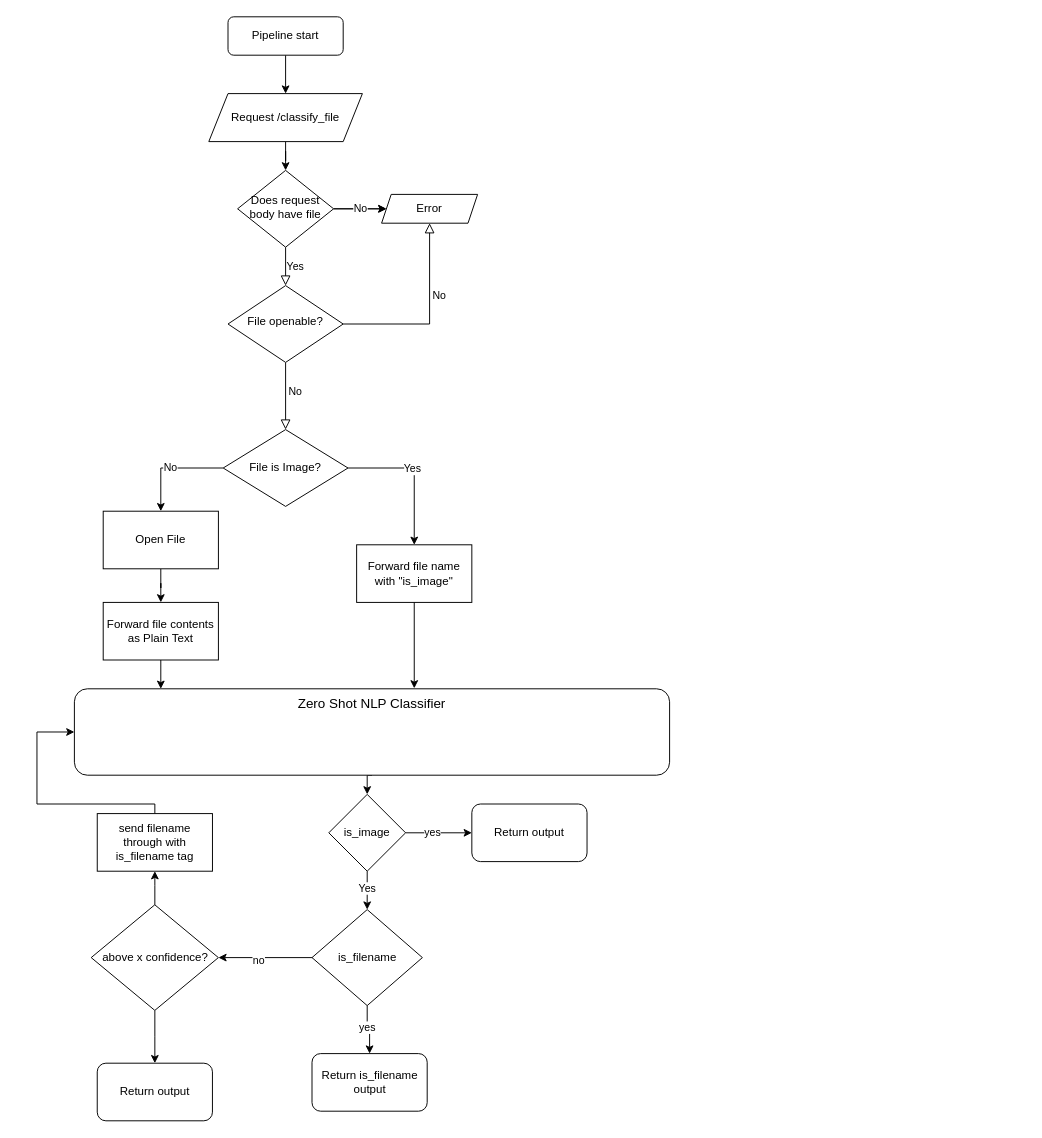
luke-doughty/join-the-siege keeps this draw.io diagram as ClassifierFlowchart.drawio. Above is the earlier version. Source tidied: cells renumbered, new cells numbered last; positions are measured from the earlier drawing's top-left corner, leaving out a move shared by most shapes. Both pictures are drawn from the tidied source at 96%, with x=0, y=0 at pixel (36, 16).
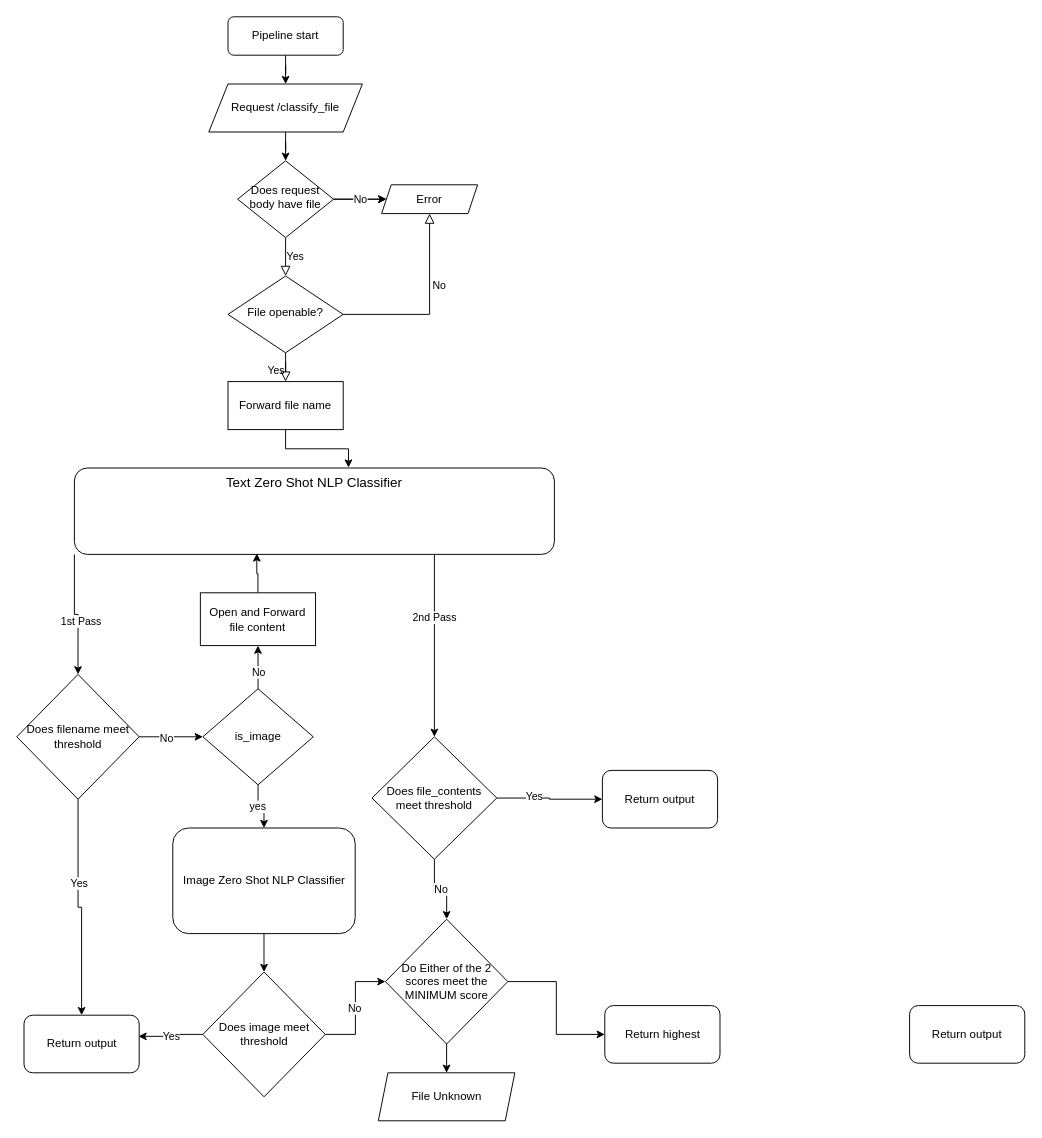
Above is the later version.

Unchanged cells that the change refers to:
```xml
<mxCell id="26" style="edgeStyle=orthogonalEdgeStyle;rounded=0;jettySize=auto;html=1;" parent="1" edge="1" source="30" target="31">
  <mxGeometry relative="1" as="geometry" />
</mxCell>
<mxCell id="28" style="edgeStyle=orthogonalEdgeStyle;rounded=0;jettySize=auto;html=1;" parent="1" edge="1" source="30" target="36">
  <mxGeometry relative="1" as="geometry" />
</mxCell>
```

The edit, as a diff of the source:
```diff
@@
     <mxCell id="5" value="Does request body have file" style="rhombus;whiteSpace=wrap;html=1;shadow=0;fontFamily=Helvetica;fontSize=12;align=center;strokeWidth=1;spacing=6;spacingTop=-4;" parent="1" vertex="1">
-      <mxGeometry x="209" y="160" width="100" height="80" as="geometry" />
+      <mxGeometry x="209" y="150" width="100" height="80" as="geometry" />
     </mxCell>
     <mxCell id="6" value="No" style="rounded=0;html=1;jettySize=auto;fontSize=11;endArrow=block;endFill=0;endSize=8;strokeWidth=1;shadow=0;labelBackgroundColor=none;edgeStyle=orthogonalEdgeStyle;entryX=0.5;entryY=1;entryDx=0;entryDy=0;" parent="1" edge="1" source="8" target="13">
       <mxGeometry x="0.23" y="-10" relative="1" as="geometry">
         <Array as="points">
-          <mxPoint x="409" y="320" />
+          <mxPoint x="409" y="310" />
         </Array>
       </mxGeometry>
     </mxCell>
-    <mxCell id="7" value="No" style="edgeStyle=orthogonalEdgeStyle;rounded=0;html=1;jettySize=auto;fontSize=11;endArrow=block;endFill=0;endSize=8;strokeWidth=1;shadow=0;labelBackgroundColor=none;" parent="1" edge="1" source="8">
-      <mxGeometry x="-0.15" y="10" relative="1" as="geometry">
-        <mxPoint x="259" y="430" as="targetPoint" />
-      </mxGeometry>
+    <mxCell id="7" value="Yes" style="edgeStyle=orthogonalEdgeStyle;rounded=0;html=1;jettySize=auto;fontSize=11;endArrow=block;endFill=0;endSize=8;strokeWidth=1;shadow=0;labelBackgroundColor=none;entryX=0.5;entryY=0;entryDx=0;entryDy=0;" parent="1" edge="1" source="8" target="20">
+      <mxGeometry x="-0.15" y="10" relative="1" as="geometry" />
     </mxCell>
     <mxCell id="8" value="File openable?" style="rhombus;whiteSpace=wrap;html=1;shadow=0;fontFamily=Helvetica;fontSize=12;align=center;strokeWidth=1;spacing=6;spacingTop=-4;" parent="1" vertex="1">
-      <mxGeometry x="199" y="280" width="120" height="80" as="geometry" />
+      <mxGeometry x="199" y="270" width="120" height="80" as="geometry" />
     </mxCell>
@@
     <mxCell id="12" value="Request /classify_file" style="shape=parallelogram;perimeter=parallelogramPerimeter;whiteSpace=wrap;html=1;fixedSize=1;" parent="1" vertex="1">
-      <mxGeometry x="179" y="80" width="160" height="50" as="geometry" />
+      <mxGeometry x="179" y="70" width="160" height="50" as="geometry" />
     </mxCell>
     <mxCell id="13" value="Error" style="shape=parallelogram;perimeter=parallelogramPerimeter;whiteSpace=wrap;html=1;fixedSize=1;size=10;" parent="1" vertex="1">
-      <mxGeometry x="359" y="185" width="100" height="30" as="geometry" />
+      <mxGeometry x="359" y="175" width="100" height="30" as="geometry" />
     </mxCell>
-    <mxCell id="14" style="edgeStyle=orthogonalEdgeStyle;rounded=0;jettySize=auto;html=1;" parent="1" edge="1" source="17" target="20">
-      <mxGeometry relative="1" as="geometry" />
-    </mxCell>
-    <mxCell id="15" value="Yes" style="edgeLabel;html=1;align=center;verticalAlign=middle;" parent="14" vertex="1">
-      <mxGeometry x="-0.11" relative="1" as="geometry" />
-    </mxCell>
-    <mxCell id="16" value="No" style="edgeStyle=orthogonalEdgeStyle;rounded=0;jettySize=auto;html=1;" parent="1" edge="1" source="17" target="22">
-      <mxGeometry relative="1" as="geometry" />
-    </mxCell>
-    <mxCell id="17" value="File is Image?" style="rhombus;whiteSpace=wrap;html=1;" parent="1" vertex="1">
-      <mxGeometry x="194" y="430" width="130" height="80" as="geometry" />
-    </mxCell>
-    <mxCell id="18" style="edgeStyle=orthogonalEdgeStyle;rounded=0;jettySize=auto;html=1;exitX=0.5;exitY=1;exitDx=0;exitDy=0;entryX=0.5;entryY=0;entryDx=0;entryDy=0;" parent="1" edge="1" source="19" target="30">
+    <mxCell id="18" style="edgeStyle=orthogonalEdgeStyle;rounded=0;jettySize=auto;html=1;exitX=0;exitY=1;exitDx=0;exitDy=0;entryX=0.5;entryY=0;entryDx=0;entryDy=0;" parent="1" edge="1" source="19" target="30">
       <mxGeometry relative="1" as="geometry" />
     </mxCell>
+    <mxCell id="44" value="1st Pass" style="edgeLabel;html=1;align=center;verticalAlign=middle;" parent="18" vertex="1">
+      <mxGeometry x="0.13" y="3" relative="1" as="geometry" />
+    </mxCell>
+    <mxCell id="45" style="edgeStyle=orthogonalEdgeStyle;rounded=0;jettySize=auto;html=1;exitX=0.75;exitY=1;exitDx=0;exitDy=0;" parent="1" edge="1" source="19" target="58">
+      <mxGeometry relative="1" as="geometry" />
+    </mxCell>
+    <mxCell id="46" value="2nd Pass" style="edgeLabel;html=1;align=center;verticalAlign=middle;" parent="45" vertex="1">
+      <mxGeometry x="-0.32" y="-1" relative="1" as="geometry" />
+    </mxCell>
-    <mxCell id="19" value="&lt;font style=&quot;font-size: 14px;&quot;&gt;&#9;&#9;&#9;&#9;&#9;Zero Shot NLP Classifier&lt;/font&gt;" style="rounded=1;whiteSpace=wrap;html=1;align=center;verticalAlign=top;" parent="1" vertex="1">
-      <mxGeometry x="39" y="700" width="620" height="90" as="geometry" />
+    <mxCell id="19" value="&lt;font style=&quot;font-size: 14px;&quot;&gt;Text Zero Shot NLP Classifier&lt;/font&gt;" style="rounded=1;whiteSpace=wrap;html=1;align=center;verticalAlign=top;" parent="1" vertex="1">
+      <mxGeometry x="39" y="470" width="500" height="90" as="geometry" />
     </mxCell>
-    <mxCell id="20" value="Forward file name with &quot;is_image&quot;" style="whiteSpace=wrap;html=1;" parent="1" vertex="1">
-      <mxGeometry x="333" y="550" width="120" height="60" as="geometry" />
+    <mxCell id="20" value="Forward file name" style="whiteSpace=wrap;html=1;" parent="1" vertex="1">
+      <mxGeometry x="199" y="380" width="120" height="50" as="geometry" />
     </mxCell>
-    <mxCell id="21" style="edgeStyle=orthogonalEdgeStyle;rounded=0;jettySize=auto;html=1;" parent="1" edge="1" source="22" target="24">
-      <mxGeometry relative="1" as="geometry" />
-    </mxCell>
-    <mxCell id="22" value="Open File" style="whiteSpace=wrap;html=1;" parent="1" vertex="1">
-      <mxGeometry x="69" y="515" width="120" height="60" as="geometry" />
-    </mxCell>
-    <mxCell id="23" style="edgeStyle=orthogonalEdgeStyle;rounded=0;jettySize=auto;html=1;" parent="1" edge="1" source="24" target="19">
-      <mxGeometry relative="1" as="geometry">
-        <Array as="points">
-          <mxPoint x="129" y="740" />
-          <mxPoint x="129" y="740" />
-        </Array>
-      </mxGeometry>
-    </mxCell>
-    <mxCell id="24" value="Forward file contents as Plain Text" style="whiteSpace=wrap;html=1;" parent="1" vertex="1">
-      <mxGeometry x="69" y="610" width="120" height="60" as="geometry" />
-    </mxCell>
@@
-    <mxCell id="27" value="yes" style="edgeLabel;html=1;align=center;verticalAlign=middle;" parent="26" vertex="1">
+    <mxCell id="27" value="Yes" style="edgeLabel;html=1;align=center;verticalAlign=middle;" parent="26" vertex="1">
       <mxGeometry x="-0.23" y="1" relative="1" as="geometry" />
     </mxCell>
@@
-    <mxCell id="29" value="Yes" style="edgeLabel;html=1;align=center;verticalAlign=middle;" parent="28" vertex="1">
+    <mxCell id="29" value="No" style="edgeLabel;html=1;align=center;verticalAlign=middle;" parent="28" vertex="1">
       <mxGeometry x="-0.17" y="-1" relative="1" as="geometry" />
     </mxCell>
-    <mxCell id="30" value="is_image" style="rhombus;whiteSpace=wrap;html=1;" parent="1" vertex="1">
-      <mxGeometry x="304" y="810" width="80" height="80" as="geometry" />
-    </mxCell>
     <mxCell id="31" value="Return output" style="rounded=1;whiteSpace=wrap;html=1;" parent="1" vertex="1">
-      <mxGeometry x="453" y="820" width="120" height="60" as="geometry" />
+      <mxGeometry x="-13.5" y="1040" width="120" height="60" as="geometry" />
     </mxCell>
@@
-    <mxCell id="34" style="edgeStyle=orthogonalEdgeStyle;rounded=0;jettySize=auto;html=1;" parent="1" edge="1" source="36" target="40">
-      <mxGeometry relative="1" as="geometry" />
-    </mxCell>
-    <mxCell id="35" value="no" style="edgeLabel;html=1;align=center;verticalAlign=middle;" parent="34" vertex="1">
-      <mxGeometry x="0.15" y="2" relative="1" as="geometry" />
-    </mxCell>
+    <mxCell id="47" style="edgeStyle=orthogonalEdgeStyle;rounded=0;jettySize=auto;html=1;" parent="1" edge="1" source="36" target="51">
+      <mxGeometry relative="1" as="geometry" />
+    </mxCell>
+    <mxCell id="48" value="No" style="edgeLabel;html=1;align=center;verticalAlign=middle;" parent="47" vertex="1">
+      <mxGeometry x="-0.2" relative="1" as="geometry" />
+    </mxCell>
-    <mxCell id="36" value="is_filename" style="rhombus;whiteSpace=wrap;html=1;" parent="1" vertex="1">
-      <mxGeometry x="286.5" y="930" width="115" height="100" as="geometry" />
+    <mxCell id="36" value="is_image" style="rhombus;whiteSpace=wrap;html=1;" parent="1" vertex="1">
+      <mxGeometry x="172.8" y="700" width="115" height="100" as="geometry" />
     </mxCell>
+    <mxCell id="49" style="edgeStyle=orthogonalEdgeStyle;rounded=0;jettySize=auto;html=1;exitX=0.5;exitY=1;exitDx=0;exitDy=0;entryX=0.5;entryY=0;entryDx=0;entryDy=0;" parent="1" edge="1" source="37" target="54">
+      <mxGeometry relative="1" as="geometry" />
+    </mxCell>
-    <mxCell id="37" value="Return is_filename output" style="rounded=1;whiteSpace=wrap;html=1;" parent="1" vertex="1">
-      <mxGeometry x="286.5" y="1080" width="120" height="60" as="geometry" />
+    <mxCell id="37" value="Image Zero Shot NLP Classifier" style="rounded=1;whiteSpace=wrap;html=1;" parent="1" vertex="1">
+      <mxGeometry x="141.5" y="845" width="190" height="110" as="geometry" />
     </mxCell>
-    <mxCell id="38" style="edgeStyle=orthogonalEdgeStyle;rounded=0;jettySize=auto;html=1;" parent="1" edge="1" source="40" target="41">
-      <mxGeometry relative="1" as="geometry" />
-    </mxCell>
-    <mxCell id="39" style="edgeStyle=orthogonalEdgeStyle;rounded=0;jettySize=auto;html=1;" parent="1" edge="1" source="40" target="43">
-      <mxGeometry relative="1" as="geometry" />
-    </mxCell>
-    <mxCell id="40" value="above x confidence?" style="rhombus;whiteSpace=wrap;html=1;" parent="1" vertex="1">
-      <mxGeometry x="56.5" y="925" width="132.5" height="110" as="geometry" />
-    </mxCell>
     <mxCell id="41" value="Return output" style="rounded=1;whiteSpace=wrap;html=1;" parent="1" vertex="1">
-      <mxGeometry x="62.8" y="1090" width="120" height="60" as="geometry" />
+      <mxGeometry x="909" y="1030" width="120" height="60" as="geometry" />
     </mxCell>
-    <mxCell id="42" style="edgeStyle=orthogonalEdgeStyle;rounded=0;jettySize=auto;html=1;exitX=0.5;exitY=0;exitDx=0;exitDy=0;entryX=0;entryY=0.5;entryDx=0;entryDy=0;" parent="1" edge="1" source="43" target="19">
-      <mxGeometry relative="1" as="geometry">
-        <Array as="points">
-          <mxPoint x="123" y="820" />
-          <mxPoint y="820" />
-          <mxPoint y="745" />
-        </Array>
-      </mxGeometry>
-    </mxCell>
-    <mxCell id="43" value="send filename through with is_filename tag" style="whiteSpace=wrap;html=1;" parent="1" vertex="1">
-      <mxGeometry x="62.8" y="830" width="120" height="60" as="geometry" />
-    </mxCell>
+    <mxCell id="30" value="Does filename meet threshold" style="rhombus;whiteSpace=wrap;html=1;" parent="1" vertex="1">
+      <mxGeometry x="-21" y="685" width="127.5" height="130" as="geometry" />
+    </mxCell>
+    <mxCell id="50" style="edgeStyle=orthogonalEdgeStyle;rounded=0;jettySize=auto;html=1;exitX=0.5;exitY=0;exitDx=0;exitDy=0;entryX=0.38;entryY=0.989;entryDx=0;entryDy=0;entryPerimeter=0;" parent="1" edge="1" source="51" target="19">
+      <mxGeometry relative="1" as="geometry" />
+    </mxCell>
+    <mxCell id="51" value="Open and Forward file content" style="whiteSpace=wrap;html=1;" parent="1" vertex="1">
+      <mxGeometry x="170.2" y="600" width="120" height="55" as="geometry" />
+    </mxCell>
+    <mxCell id="52" style="edgeStyle=orthogonalEdgeStyle;rounded=0;jettySize=auto;html=1;" parent="1" edge="1" source="54" target="62">
+      <mxGeometry relative="1" as="geometry" />
+    </mxCell>
+    <mxCell id="53" value="No" style="edgeLabel;html=1;align=center;verticalAlign=middle;" parent="52" vertex="1">
+      <mxGeometry x="0.01" y="1" relative="1" as="geometry" />
+    </mxCell>
+    <mxCell id="54" value="Does image meet threshold" style="rhombus;whiteSpace=wrap;html=1;" parent="1" vertex="1">
+      <mxGeometry x="172.8" y="995" width="127.5" height="130" as="geometry" />
+    </mxCell>
+    <mxCell id="55" value="Yes" style="edgeStyle=orthogonalEdgeStyle;rounded=0;jettySize=auto;html=1;exitX=0;exitY=0.5;exitDx=0;exitDy=0;entryX=0.994;entryY=0.367;entryDx=0;entryDy=0;entryPerimeter=0;" parent="1" edge="1" source="54" target="31">
+      <mxGeometry relative="1" as="geometry" />
+    </mxCell>
+    <mxCell id="56" style="edgeStyle=orthogonalEdgeStyle;rounded=0;jettySize=auto;html=1;" parent="1" edge="1" source="58" target="59">
+      <mxGeometry relative="1" as="geometry" />
+    </mxCell>
+    <mxCell id="15" value="Yes" style="edgeLabel;html=1;align=center;verticalAlign=middle;" parent="56" vertex="1">
+      <mxGeometry x="-0.29" y="2" relative="1" as="geometry" />
+    </mxCell>
+    <mxCell id="57" value="No" style="edgeStyle=orthogonalEdgeStyle;rounded=0;jettySize=auto;html=1;exitX=1;exitY=0.5;exitDx=0;exitDy=0;entryX=0.5;entryY=0;entryDx=0;entryDy=0;" parent="1" edge="1" source="58" target="62">
+      <mxGeometry relative="1" as="geometry" />
+    </mxCell>
+    <mxCell id="58" value="Does file_contents meet threshold" style="rhombus;whiteSpace=wrap;html=1;direction=south;" parent="1" vertex="1">
+      <mxGeometry x="349" y="750" width="130" height="127.5" as="geometry" />
+    </mxCell>
+    <mxCell id="59" value="Return output" style="rounded=1;whiteSpace=wrap;html=1;" parent="1" vertex="1">
+      <mxGeometry x="589" y="785" width="120" height="60" as="geometry" />
+    </mxCell>
+    <mxCell id="60" style="edgeStyle=orthogonalEdgeStyle;rounded=0;jettySize=auto;html=1;" parent="1" edge="1" source="62" target="63">
+      <mxGeometry relative="1" as="geometry" />
+    </mxCell>
+    <mxCell id="61" style="edgeStyle=orthogonalEdgeStyle;rounded=0;jettySize=auto;html=1;exitX=0.5;exitY=1;exitDx=0;exitDy=0;entryX=0.5;entryY=0;entryDx=0;entryDy=0;" parent="1" edge="1" source="62" target="64">
+      <mxGeometry relative="1" as="geometry" />
+    </mxCell>
+    <mxCell id="62" value="Do Either of the 2 scores meet the MINIMUM score" style="rhombus;whiteSpace=wrap;html=1;" parent="1" vertex="1">
+      <mxGeometry x="363" y="940" width="127.5" height="130" as="geometry" />
+    </mxCell>
+    <mxCell id="63" value="Return highest" style="rounded=1;whiteSpace=wrap;html=1;" parent="1" vertex="1">
+      <mxGeometry x="591.5" y="1030" width="120" height="60" as="geometry" />
+    </mxCell>
+    <mxCell id="64" value="File Unknown" style="shape=parallelogram;perimeter=parallelogramPerimeter;whiteSpace=wrap;html=1;fixedSize=1;size=10;" parent="1" vertex="1">
+      <mxGeometry x="355.6" y="1100" width="142.2" height="50" as="geometry" />
+    </mxCell>
```
